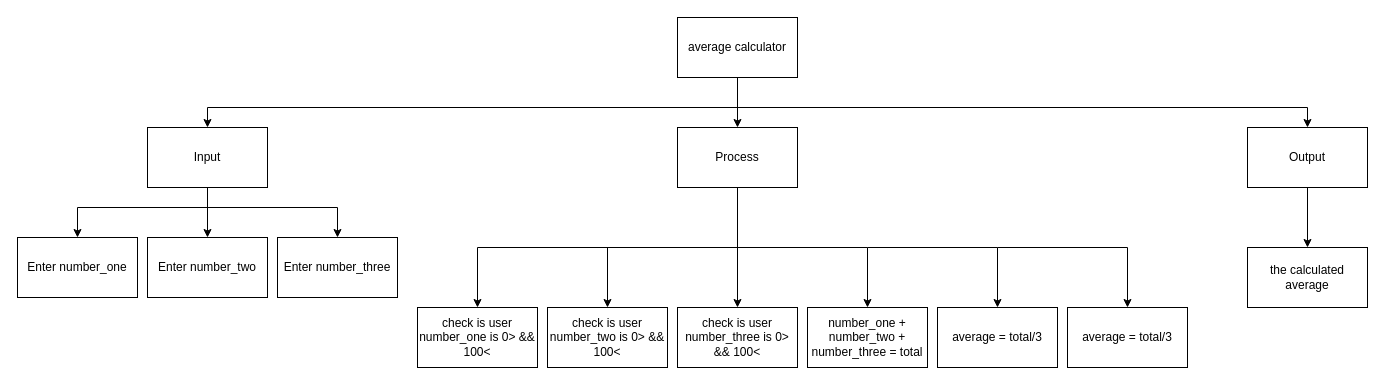
This is TopDown.Drawio from JacksonNaufal/ICS3U-Assignment3-Python, a draw.io file, before an edit. Source tidied: cells renumbered, new cells numbered last; positions are measured from the earlier drawing's top-left corner, leaving out a move shared by most shapes. Both pictures are drawn from the tidied source at 100%, with x=0, y=0 at pixel (17, 17).
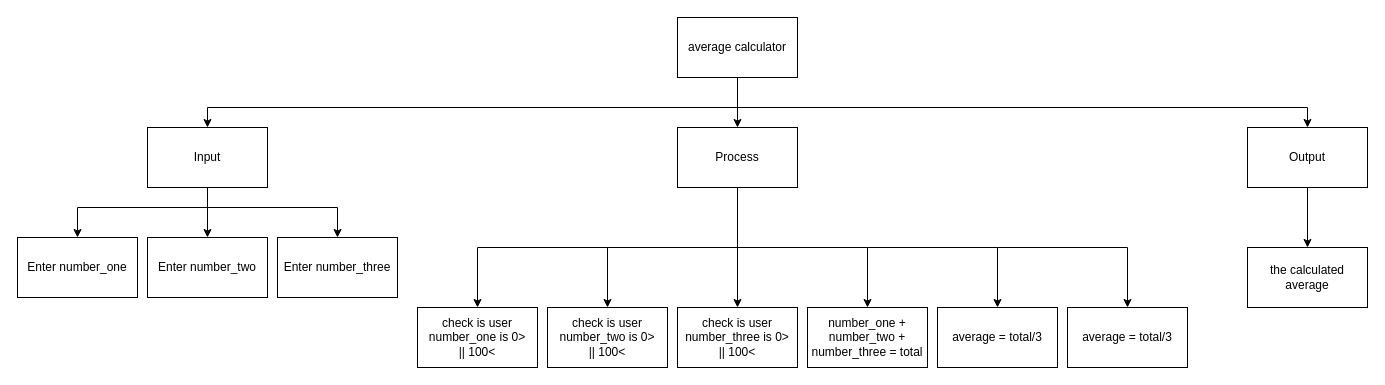
The same diagram, later.

What changed in the source:
```diff
@@
-    <mxCell id="20" value="check is user number_two is 0&amp;gt; &amp;amp;&amp;amp; 100&amp;lt;" style="rounded=0;whiteSpace=wrap;html=1;" parent="1" vertex="1">
+    <mxCell id="20" value="check is user number_two is 0&amp;gt; &lt;br&gt;|| 100&amp;lt;" style="rounded=0;whiteSpace=wrap;html=1;" parent="1" vertex="1">
       <mxGeometry x="530" y="290" width="120" height="60" as="geometry" />
     </mxCell>
-    <mxCell id="21" value="check is user number_three is 0&amp;gt; &amp;amp;&amp;amp; 100&amp;lt;" style="rounded=0;whiteSpace=wrap;html=1;" parent="1" vertex="1">
+    <mxCell id="21" value="check is user number_three is 0&amp;gt; &lt;br&gt;|| 100&amp;lt;" style="rounded=0;whiteSpace=wrap;html=1;" parent="1" vertex="1">
       <mxGeometry x="660" y="290" width="120" height="60" as="geometry" />
     </mxCell>
@@
-    <mxCell id="23" value="check is user number_one is 0&amp;gt; &amp;amp;&amp;amp; 100&amp;lt;" style="rounded=0;whiteSpace=wrap;html=1;" parent="1" vertex="1">
+    <mxCell id="23" value="check is user number_one is 0&amp;gt; &lt;br&gt;|| 100&amp;lt;" style="rounded=0;whiteSpace=wrap;html=1;" parent="1" vertex="1">
       <mxGeometry x="400" y="290" width="120" height="60" as="geometry" />
     </mxCell>
```
